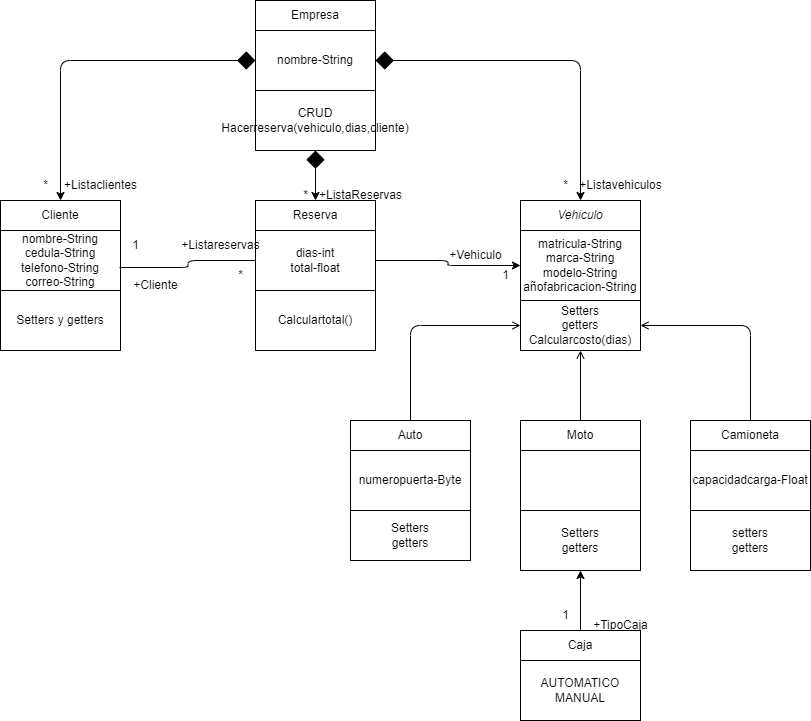
Juanda2312/AlquilerVehiculos keeps this draw.io diagram as diagrama de clases.png. Above is the earlier version. Source tidied: cells renumbered, new cells last; positions are measured from the earlier drawing's top-left corner, leaving out a move shared by most shapes.
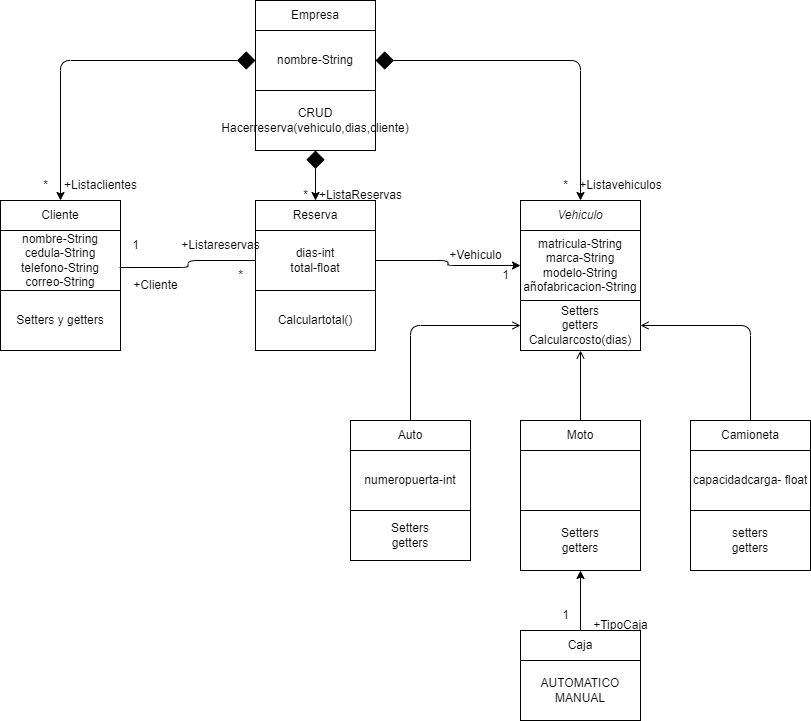
After the commit.

What changed in the source:
```diff
@@ -44,7 +44,7 @@
     <mxCell id="15" value="Auto" style="whiteSpace=wrap;html=1;" parent="1" vertex="1">
       <mxGeometry x="350" y="420" width="120" height="30" as="geometry" />
     </mxCell>
-    <mxCell id="16" value="numeropuerta-Byte" style="whiteSpace=wrap;html=1;" parent="1" vertex="1">
+    <mxCell id="16" value="numeropuerta-int" style="whiteSpace=wrap;html=1;" parent="1" vertex="1">
       <mxGeometry x="350" y="450" width="120" height="60" as="geometry" />
     </mxCell>
     <mxCell id="17" value="Setters&lt;br&gt;getters" style="whiteSpace=wrap;html=1;" parent="1" vertex="1">
@@ -68,7 +68,7 @@
     <mxCell id="23" value="Camioneta" style="whiteSpace=wrap;html=1;" parent="1" vertex="1">
       <mxGeometry x="690" y="420" width="120" height="30" as="geometry" />
     </mxCell>
-    <mxCell id="24" value="capacidadcarga-Float" style="whiteSpace=wrap;html=1;" parent="1" vertex="1">
+    <mxCell id="24" value="capacidadcarga- float" style="whiteSpace=wrap;html=1;" parent="1" vertex="1">
       <mxGeometry x="690" y="450" width="120" height="60" as="geometry" />
     </mxCell>
     <mxCell id="25" value="setters&lt;br&gt;getters" style="whiteSpace=wrap;html=1;" parent="1" vertex="1">
```
